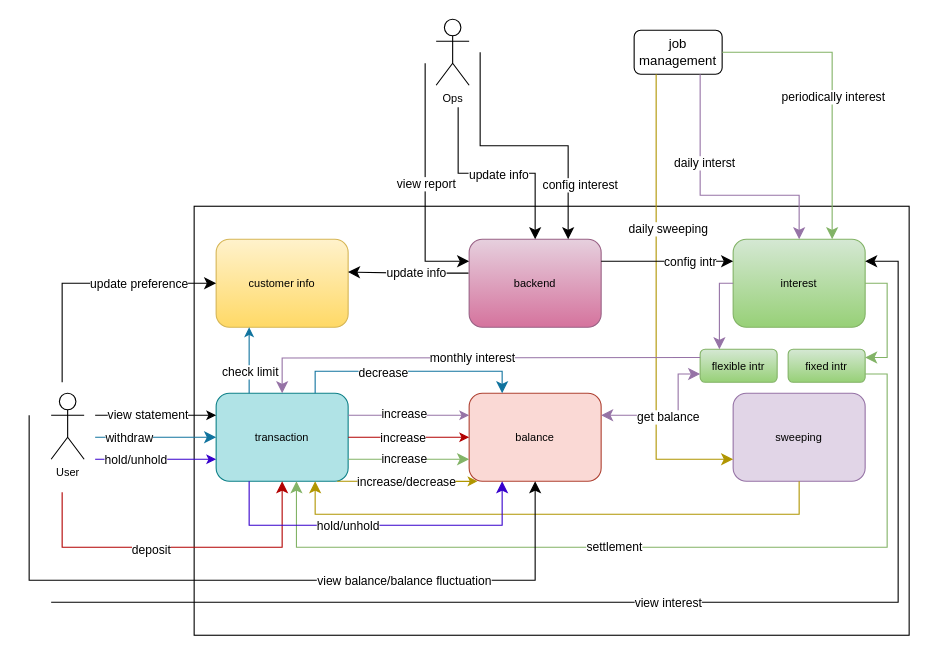
khuynhthanhchiluyen/draw.io keeps this draw.io diagram as cash_deposit_detail.drawio. Above is the earlier version. Source tidied: cells renumbered, new cells numbered last; positions are measured from the earlier drawing's top-left corner, leaving out a move shared by most shapes. Both pictures are drawn from the tidied source at 110%, with x=0, y=0 at pixel (29, 19).
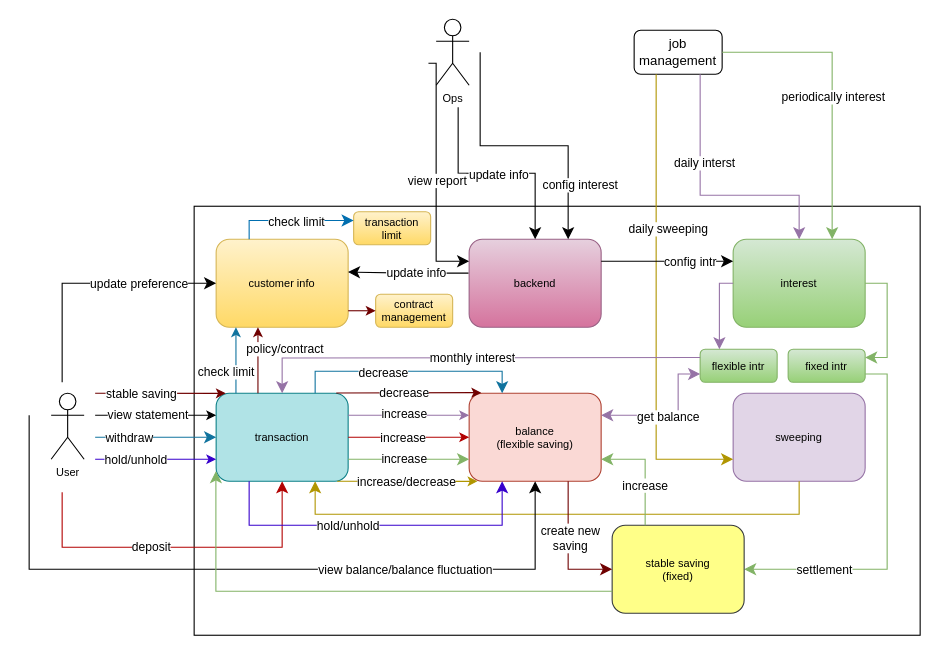
After the change.

Commit message:
update contract and stable saving

The change refers to these unchanged cells:
```xml
<mxCell id="4" value="transaction" style="rounded=1;whiteSpace=wrap;html=1;fontSize=10;fillColor=#b0e3e6;strokeColor=#0e8088;" parent="1" vertex="1">
  <mxGeometry x="170" y="340" width="120" height="80" as="geometry" />
</mxCell>
<mxCell id="5" value="backend" style="rounded=1;whiteSpace=wrap;html=1;fontSize=10;fillColor=#e6d0de;gradientColor=#d5739d;strokeColor=#996185;" parent="1" vertex="1">
  <mxGeometry x="400" y="200" width="120" height="80" as="geometry" />
</mxCell>
<mxCell id="7" value="customer info" style="rounded=1;whiteSpace=wrap;html=1;fontSize=10;fillColor=#fff2cc;gradientColor=#ffd966;strokeColor=#d6b656;" parent="1" vertex="1">
  <mxGeometry x="170" y="200" width="120" height="80" as="geometry" />
</mxCell>
<mxCell id="9" value="interest" style="rounded=1;whiteSpace=wrap;html=1;fontSize=10;fillColor=#d5e8d4;gradientColor=#97d077;strokeColor=#82b366;" parent="1" vertex="1">
  <mxGeometry x="640" y="200" width="120" height="80" as="geometry" />
</mxCell>
<mxCell id="10" style="edgeStyle=elbowEdgeStyle;elbow=vertical;endArrow=classic;html=1;curved=0;rounded=0;endSize=8;startSize=8;entryX=0.5;entryY=1;entryDx=0;entryDy=0;fillColor=#e51400;strokeColor=#B20000;" parent="1" edge="1" target="4">
  <mxGeometry relative="1" as="geometry">
    <mxPoint x="30" y="430" as="sourcePoint" />
    <Array as="points">
      <mxPoint x="140" y="480" />
      <mxPoint x="150" y="500" />
    </Array>
  </mxGeometry>
</mxCell>
<mxCell id="38" value="fixed intr" style="rounded=1;whiteSpace=wrap;html=1;fontSize=10;fillColor=#d5e8d4;gradientColor=#97d077;strokeColor=#82b366;" parent="1" vertex="1">
  <mxGeometry x="690" y="300" width="70" height="30" as="geometry" />
</mxCell>
```

What changed in the source:
```diff
@@
     <mxCell id="2" style="rounded=0;whiteSpace=wrap;html=1;fontColor=default;" parent="1" vertex="1">
-      <mxGeometry x="150" y="170" width="650" height="390" as="geometry" />
+      <mxGeometry x="150" y="170" width="660" height="390" as="geometry" />
     </mxCell>
@@
-    <mxCell id="8" value="balance" style="rounded=1;whiteSpace=wrap;html=1;fontSize=10;fillColor=#fad9d5;strokeColor=#ae4132;" parent="1" vertex="1">
+    <mxCell id="8" value="balance&lt;br&gt;(flexible saving)" style="rounded=1;whiteSpace=wrap;html=1;fontSize=10;fillColor=#fad9d5;strokeColor=#ae4132;" parent="1" vertex="1">
       <mxGeometry x="400" y="340" width="120" height="80" as="geometry" />
     </mxCell>
@@
     <mxCell id="11" value="deposit" style="edgeLabel;html=1;align=center;verticalAlign=middle;" parent="10" vertex="1">
       <mxGeometry x="-0.17" y="-2" relative="1" as="geometry">
-        <mxPoint x="1" as="offset" />
+        <mxPoint x="1" y="-3" as="offset" />
       </mxGeometry>
     </mxCell>
@@
-    <mxCell id="26" style="endArrow=classic;html=1;rounded=0;entryX=0.25;entryY=1;entryDx=0;entryDy=0;exitX=0.25;exitY=0;exitDx=0;exitDy=0;fillColor=#b1ddf0;strokeColor=#10739e;" parent="1" edge="1" source="4" target="7">
-      <mxGeometry relative="1" as="geometry" />
+    <mxCell id="26" style="endArrow=classic;html=1;rounded=0;entryX=0.25;entryY=1;entryDx=0;entryDy=0;exitX=0.25;exitY=0;exitDx=0;exitDy=0;fillColor=#b1ddf0;strokeColor=#10739e;" parent="1" edge="1">
+      <mxGeometry relative="1" as="geometry">
+        <mxPoint x="188" y="340" as="sourcePoint" />
+        <mxPoint x="188" y="280" as="targetPoint" />
+      </mxGeometry>
     </mxCell>
     <mxCell id="27" value="check limit" style="edgeLabel;html=1;align=center;verticalAlign=middle;" parent="26" vertex="1">
-      <mxGeometry x="-0.33" relative="1" as="geometry" />
+      <mxGeometry x="-0.33" relative="1" as="geometry">
+        <mxPoint x="-10" as="offset" />
+      </mxGeometry>
     </mxCell>
@@
-    <mxCell id="33" style="edgeStyle=orthogonalEdgeStyle;elbow=vertical;endArrow=classic;html=1;rounded=0;endSize=8;startSize=8;fontColor=default;exitX=1;exitY=0.75;exitDx=0;exitDy=0;fillColor=#d5e8d4;gradientColor=#97d077;strokeColor=#82b366;" parent="1" edge="1" source="38">
+    <mxCell id="33" style="edgeStyle=orthogonalEdgeStyle;elbow=vertical;endArrow=classic;html=1;rounded=0;endSize=8;startSize=8;fontColor=default;exitX=1;exitY=0.75;exitDx=0;exitDy=0;fillColor=#d5e8d4;gradientColor=#97d077;strokeColor=#82b366;entryX=1;entryY=0.5;entryDx=0;entryDy=0;" parent="1" edge="1" source="38" target="67">
       <mxGeometry relative="1" as="geometry">
-        <mxPoint x="243" y="420" as="targetPoint" />
         <Array as="points">
           <mxPoint x="780" y="323" />
-          <mxPoint x="780" y="480" />
-          <mxPoint x="243" y="480" />
+          <mxPoint x="780" y="500" />
         </Array>
       </mxGeometry>
     </mxCell>
     <mxCell id="34" value="settlement" style="edgeLabel;html=1;align=center;verticalAlign=middle;fontColor=default;" parent="33" vertex="1">
-      <mxGeometry x="0.1" y="1" relative="1" as="geometry">
-        <mxPoint y="-2" as="offset" />
-      </mxGeometry>
+      <mxGeometry x="0.56" relative="1" as="geometry" />
     </mxCell>
@@
     <mxCell id="53" style="edgeStyle=elbowEdgeStyle;elbow=vertical;endArrow=classic;html=1;curved=0;rounded=0;endSize=8;startSize=8;strokeColor=default;fontColor=default;entryX=0.5;entryY=1;entryDx=0;entryDy=0;" parent="1" edge="1" target="8">
       <mxGeometry relative="1" as="geometry">
         <mxPoint y="360" as="sourcePoint" />
         <Array as="points">
+          <mxPoint x="200" y="500" />
           <mxPoint x="230" y="510" />
         </Array>
       </mxGeometry>
     </mxCell>
@@
     <mxCell id="63" style="edgeStyle=elbowEdgeStyle;elbow=horizontal;endArrow=classic;html=1;curved=0;rounded=0;endSize=8;startSize=8;strokeColor=default;fontColor=default;entryX=0;entryY=0.25;entryDx=0;entryDy=0;" parent="1" edge="1" target="5">
       <mxGeometry relative="1" as="geometry">
-        <mxPoint x="360" y="40" as="sourcePoint" />
+        <mxPoint x="363" y="40" as="sourcePoint" />
         <Array as="points">
-          <mxPoint x="360" y="100" />
-          <mxPoint x="340" y="200" />
+          <mxPoint x="370" y="180" />
+          <mxPoint x="343" y="200" />
         </Array>
       </mxGeometry>
     </mxCell>
     <mxCell id="64" value="view report" style="edgeLabel;html=1;align=center;verticalAlign=middle;fontColor=default;" parent="63" vertex="1">
       <mxGeometry x="0.13" relative="1" as="geometry">
-        <mxPoint y="-15" as="offset" />
+        <mxPoint y="-10" as="offset" />
       </mxGeometry>
     </mxCell>
-    <mxCell id="65" style="edgeStyle=elbowEdgeStyle;endArrow=classic;html=1;rounded=0;endSize=8;startSize=8;strokeColor=default;fontColor=default;entryX=1;entryY=0.25;entryDx=0;entryDy=0;" parent="1" edge="1" target="9">
-      <mxGeometry relative="1" as="geometry">
-        <mxPoint x="20" y="530" as="sourcePoint" />
-        <Array as="points">
-          <mxPoint x="790" y="430" />
-        </Array>
-      </mxGeometry>
-    </mxCell>
-    <mxCell id="66" value="view interest" style="edgeLabel;html=1;align=center;verticalAlign=middle;fontColor=default;" parent="65" vertex="1">
-      <mxGeometry x="-0.39" y="1" relative="1" as="geometry">
-        <mxPoint x="221" y="1" as="offset" />
-      </mxGeometry>
-    </mxCell>
+    <mxCell id="67" value="stable saving&lt;br&gt;(fixed)" style="rounded=1;whiteSpace=wrap;html=1;fontSize=10;fillColor=#ffff88;strokeColor=#36393d;" parent="1" vertex="1">
+      <mxGeometry x="530" y="460" width="120" height="80" as="geometry" />
+    </mxCell>
+    <mxCell id="68" style="edgeStyle=elbowEdgeStyle;elbow=vertical;endArrow=classic;html=1;curved=0;rounded=0;endSize=8;startSize=8;strokeColor=#6F0000;fontColor=default;entryX=0;entryY=0.5;entryDx=0;entryDy=0;exitX=0.75;exitY=1;exitDx=0;exitDy=0;fillColor=#a20025;" parent="1" edge="1" source="8" target="67">
+      <mxGeometry relative="1" as="geometry">
+        <Array as="points">
+          <mxPoint x="510" y="500" />
+        </Array>
+      </mxGeometry>
+    </mxCell>
+    <mxCell id="69" value="create new&lt;br&gt;saving" style="edgeLabel;html=1;align=center;verticalAlign=middle;fontColor=default;" parent="68" vertex="1">
+      <mxGeometry x="-0.31" y="1" relative="1" as="geometry">
+        <mxPoint y="10" as="offset" />
+      </mxGeometry>
+    </mxCell>
+    <mxCell id="70" style="edgeStyle=elbowEdgeStyle;elbow=vertical;endArrow=classic;html=1;curved=0;rounded=0;endSize=8;startSize=8;strokeColor=#82b366;fontColor=default;exitX=0;exitY=0.75;exitDx=0;exitDy=0;fillColor=#d5e8d4;entryX=-0.002;entryY=0.885;entryDx=0;entryDy=0;entryPerimeter=0;" parent="1" edge="1" source="67" target="4">
+      <mxGeometry relative="1" as="geometry">
+        <Array as="points">
+          <mxPoint x="290" y="520" />
+          <mxPoint x="400" y="520" />
+        </Array>
+      </mxGeometry>
+    </mxCell>
+    <mxCell id="71" style="edgeStyle=elbowEdgeStyle;elbow=vertical;endArrow=classic;html=1;curved=0;rounded=0;endSize=8;startSize=8;strokeColor=#82b366;fontColor=default;exitX=0.25;exitY=0;exitDx=0;exitDy=0;entryX=1;entryY=0.75;entryDx=0;entryDy=0;fillColor=#d5e8d4;" parent="1" edge="1" source="67" target="8">
+      <mxGeometry relative="1" as="geometry">
+        <Array as="points">
+          <mxPoint x="540" y="400" />
+        </Array>
+      </mxGeometry>
+    </mxCell>
+    <mxCell id="72" value="increase" style="edgeLabel;html=1;align=center;verticalAlign=middle;fontColor=default;" parent="71" vertex="1">
+      <mxGeometry x="-0.26" y="1" relative="1" as="geometry" />
+    </mxCell>
+    <mxCell id="73" style="endArrow=classic;html=1;rounded=0;strokeColor=#6F0000;fontColor=default;entryX=0.073;entryY=0.001;entryDx=0;entryDy=0;entryPerimeter=0;fillColor=#a20025;" parent="1" edge="1" target="4">
+      <mxGeometry relative="1" as="geometry">
+        <mxPoint x="60" y="340" as="sourcePoint" />
+      </mxGeometry>
+    </mxCell>
+    <mxCell id="74" value="stable saving" style="edgeLabel;html=1;align=center;verticalAlign=middle;fontColor=default;" parent="73" vertex="1">
+      <mxGeometry x="-0.37" relative="1" as="geometry">
+        <mxPoint x="5" as="offset" />
+      </mxGeometry>
+    </mxCell>
+    <mxCell id="75" style="endArrow=classic;html=1;rounded=0;strokeColor=#6F0000;fontColor=default;entryX=0.092;entryY=-0.007;entryDx=0;entryDy=0;exitX=0.91;exitY=-0.002;exitDx=0;exitDy=0;entryPerimeter=0;exitPerimeter=0;fillColor=#a20025;" parent="1" edge="1" source="4" target="8">
+      <mxGeometry relative="1" as="geometry" />
+    </mxCell>
+    <mxCell id="76" value="decrease" style="edgeLabel;html=1;align=center;verticalAlign=middle;fontColor=default;" parent="75" vertex="1">
+      <mxGeometry x="-0.22" relative="1" as="geometry">
+        <mxPoint x="10" as="offset" />
+      </mxGeometry>
+    </mxCell>
+    <mxCell id="77" style="endArrow=classic;html=1;rounded=0;strokeColor=#6F0000;fontColor=default;entryX=0.25;entryY=1;entryDx=0;entryDy=0;exitX=0.25;exitY=0;exitDx=0;exitDy=0;fillColor=#a20025;" parent="1" edge="1">
+      <mxGeometry relative="1" as="geometry">
+        <mxPoint x="208" y="340" as="sourcePoint" />
+        <mxPoint x="208" y="280" as="targetPoint" />
+      </mxGeometry>
+    </mxCell>
+    <mxCell id="78" value="&amp;nbsp;policy/contract" style="edgeLabel;html=1;align=center;verticalAlign=middle;fontColor=default;" parent="77" vertex="1">
+      <mxGeometry x="0.38" relative="1" as="geometry">
+        <mxPoint x="22" as="offset" />
+      </mxGeometry>
+    </mxCell>
+    <mxCell id="79" value="contract management" style="rounded=1;whiteSpace=wrap;html=1;fontSize=10;fillColor=#fff2cc;strokeColor=#d6b656;gradientColor=#ffd966;" parent="1" vertex="1">
+      <mxGeometry x="315" y="250" width="70" height="30" as="geometry" />
+    </mxCell>
+    <mxCell id="80" style="endArrow=classic;html=1;rounded=0;strokeColor=#6F0000;fontColor=default;entryX=0;entryY=0.5;entryDx=0;entryDy=0;fillColor=#a20025;" parent="1" edge="1" target="79">
+      <mxGeometry relative="1" as="geometry">
+        <mxPoint x="290" y="265" as="sourcePoint" />
+      </mxGeometry>
+    </mxCell>
+    <mxCell id="81" value="transaction limit" style="rounded=1;whiteSpace=wrap;html=1;fontSize=10;fillColor=#fff2cc;strokeColor=#d6b656;gradientColor=#ffd966;" parent="1" vertex="1">
+      <mxGeometry x="295" y="175" width="70" height="30" as="geometry" />
+    </mxCell>
+    <mxCell id="82" style="edgeStyle=elbowEdgeStyle;elbow=vertical;endArrow=classic;html=1;curved=0;rounded=0;endSize=8;startSize=8;strokeColor=#006EAF;fontColor=default;entryX=0;entryY=0.25;entryDx=0;entryDy=0;exitX=0.25;exitY=0;exitDx=0;exitDy=0;fillColor=#1ba1e2;" parent="1" edge="1" source="7" target="81">
+      <mxGeometry relative="1" as="geometry">
+        <Array as="points">
+          <mxPoint x="240" y="183" />
+        </Array>
+      </mxGeometry>
+    </mxCell>
+    <mxCell id="83" value="check limit" style="edgeLabel;html=1;align=center;verticalAlign=middle;fontColor=default;" parent="82" vertex="1">
+      <mxGeometry x="0.04" relative="1" as="geometry" />
+    </mxCell>
```
